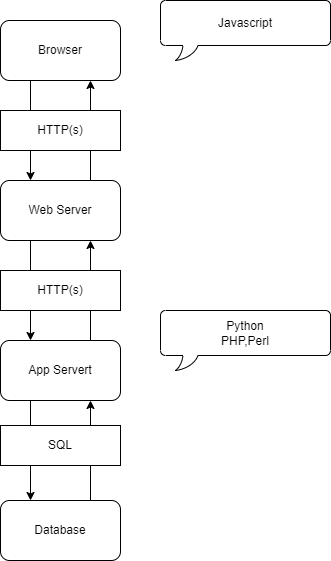
Above: Programing01-Page-1.drawio.png in narsw/DwowIO-Charts (draw.io), before the change. Source tidied: cells renumbered, new cells last; positions are measured from the earlier drawing's top-left corner, leaving out a move shared by most shapes. Its diagram source:
```xml
<mxGraphModel>
  <root>
    <mxCell id="0" />
    <mxCell id="1" parent="0" />
    <mxCell id="2" value="Browser" style="rounded=1;whiteSpace=wrap;html=1;" parent="1" vertex="1">
      <mxGeometry y="20" width="120" height="60" as="geometry" />
    </mxCell>
    <mxCell id="3" value="Web Server" style="rounded=1;whiteSpace=wrap;html=1;" parent="1" vertex="1">
      <mxGeometry y="180" width="120" height="60" as="geometry" />
    </mxCell>
    <mxCell id="4" value="App Servert" style="rounded=1;whiteSpace=wrap;html=1;" parent="1" vertex="1">
      <mxGeometry y="340" width="120" height="60" as="geometry" />
    </mxCell>
    <mxCell id="5" value="Database" style="rounded=1;whiteSpace=wrap;html=1;" parent="1" vertex="1">
      <mxGeometry y="500" width="120" height="60" as="geometry" />
    </mxCell>
    <mxCell id="6" style="endArrow=classic;html=1;rounded=0;" parent="1" edge="1">
      <mxGeometry relative="1" as="geometry">
        <mxPoint x="30" y="80" as="sourcePoint" />
        <mxPoint x="30" y="180" as="targetPoint" />
      </mxGeometry>
    </mxCell>
    <mxCell id="7" style="endArrow=classic;html=1;rounded=0;" parent="1" edge="1">
      <mxGeometry relative="1" as="geometry">
        <mxPoint x="30" y="240" as="sourcePoint" />
        <mxPoint x="30" y="340" as="targetPoint" />
      </mxGeometry>
    </mxCell>
    <mxCell id="8" style="endArrow=classic;html=1;rounded=0;" parent="1" edge="1">
      <mxGeometry relative="1" as="geometry">
        <mxPoint x="30" y="400" as="sourcePoint" />
        <mxPoint x="30" y="500" as="targetPoint" />
      </mxGeometry>
    </mxCell>
    <mxCell id="9" style="endArrow=classic;html=1;rounded=0;" parent="1" edge="1">
      <mxGeometry relative="1" as="geometry">
        <mxPoint x="90" y="500" as="sourcePoint" />
        <mxPoint x="90" y="400" as="targetPoint" />
      </mxGeometry>
    </mxCell>
    <mxCell id="10" style="endArrow=classic;html=1;rounded=0;" parent="1" edge="1">
      <mxGeometry relative="1" as="geometry">
        <mxPoint x="90" y="340" as="sourcePoint" />
        <mxPoint x="90" y="240" as="targetPoint" />
      </mxGeometry>
    </mxCell>
    <mxCell id="11" style="endArrow=classic;html=1;rounded=0;" parent="1" edge="1">
      <mxGeometry relative="1" as="geometry">
        <mxPoint x="90" y="180" as="sourcePoint" />
        <mxPoint x="90" y="80" as="targetPoint" />
      </mxGeometry>
    </mxCell>
    <mxCell id="12" value="Javascript" style="whiteSpace=wrap;html=1;shape=mxgraph.basic.roundRectCallout;dx=30;dy=15;size=5;boundedLbl=1;" parent="1" vertex="1">
      <mxGeometry x="160" width="170" height="60" as="geometry" />
    </mxCell>
    <mxCell id="13" value="Python&lt;br&gt;PHP,Perl" style="whiteSpace=wrap;html=1;shape=mxgraph.basic.roundRectCallout;dx=30;dy=15;size=5;boundedLbl=1;" parent="1" vertex="1">
      <mxGeometry x="160" y="310" width="170" height="60" as="geometry" />
    </mxCell>
    <mxCell id="14" value="HTTP(s)&lt;span style=&quot;color: rgba(0 , 0 , 0 , 0) ; font-family: monospace ; font-size: 0px&quot;&gt;%3CmxGraphModel%3E%3Croot%3E%3CmxCell%20id%3D%220%22%2F%3E%3CmxCell%20id%3D%221%22%20parent%3D%220%22%2F%3E%3CmxCell%20id%3D%222%22%20value%3D%22Javascript%22%20style%3D%22whiteSpace%3Dwrap%3Bhtml%3D1%3Bshape%3Dmxgraph.basic.roundRectCallout%3Bdx%3D30%3Bdy%3D15%3Bsize%3D5%3BboundedLbl%3D1%3B%22%20vertex%3D%221%22%20parent%3D%221%22%3E%3CmxGeometry%20x%3D%22260%22%20y%3D%22140%22%20width%3D%22170%22%20height%3D%2260%22%20as%3D%22geometry%22%2F%3E%3C%2FmxCell%3E%3C%2Froot%3E%3C%2FmxGraphModel%3E&lt;/span&gt;&lt;span style=&quot;color: rgba(0 , 0 , 0 , 0) ; font-family: monospace ; font-size: 0px&quot;&gt;%3CmxGraphModel%3E%3Croot%3E%3CmxCell%20id%3D%220%22%2F%3E%3CmxCell%20id%3D%221%22%20parent%3D%220%22%2F%3E%3CmxCell%20id%3D%222%22%20value%3D%22Javascript%22%20style%3D%22whiteSpace%3Dwrap%3Bhtml%3D1%3Bshape%3Dmxgraph.basic.roundRectCallout%3Bdx%3D30%3Bdy%3D15%3Bsize%3D5%3BboundedLbl%3D1%3B%22%20vertex%3D%221%22%20parent%3D%221%22%3E%3CmxGeometry%20x%3D%22260%22%20y%3D%22140%22%20width%3D%22170%22%20height%3D%2260%22%20as%3D%22geometry%22%2F%3E%3C%2FmxCell%3E%3C%2Froot%3E%3C%2FmxGraphModel%3E&lt;/span&gt;" style="rounded=0;whiteSpace=wrap;html=1;" parent="1" vertex="1">
      <mxGeometry y="110" width="120" height="40" as="geometry" />
    </mxCell>
    <mxCell id="15" value="HTTP(s)&lt;span style=&quot;color: rgba(0 , 0 , 0 , 0) ; font-family: monospace ; font-size: 0px&quot;&gt;%3CmxGraphModel%3E%3Croot%3E%3CmxCell%20id%3D%220%22%2F%3E%3CmxCell%20id%3D%221%22%20parent%3D%220%22%2F%3E%3CmxCell%20id%3D%222%22%20value%3D%22Javascript%22%20style%3D%22whiteSpace%3Dwrap%3Bhtml%3D1%3Bshape%3Dmxgraph.basic.roundRectCallout%3Bdx%3D30%3Bdy%3D15%3Bsize%3D5%3BboundedLbl%3D1%3B%22%20vertex%3D%221%22%20parent%3D%221%22%3E%3CmxGeometry%20x%3D%22260%22%20y%3D%22140%22%20width%3D%22170%22%20height%3D%2260%22%20as%3D%22geometry%22%2F%3E%3C%2FmxCell%3E%3C%2Froot%3E%3C%2FmxGraphModel%3E&lt;/span&gt;&lt;span style=&quot;color: rgba(0 , 0 , 0 , 0) ; font-family: monospace ; font-size: 0px&quot;&gt;%3CmxGraphModel%3E%3Croot%3E%3CmxCell%20id%3D%220%22%2F%3E%3CmxCell%20id%3D%221%22%20parent%3D%220%22%2F%3E%3CmxCell%20id%3D%222%22%20value%3D%22Javascript%22%20style%3D%22whiteSpace%3Dwrap%3Bhtml%3D1%3Bshape%3Dmxgraph.basic.roundRectCallout%3Bdx%3D30%3Bdy%3D15%3Bsize%3D5%3BboundedLbl%3D1%3B%22%20vertex%3D%221%22%20parent%3D%221%22%3E%3CmxGeometry%20x%3D%22260%22%20y%3D%22140%22%20width%3D%22170%22%20height%3D%2260%22%20as%3D%22geometry%22%2F%3E%3C%2FmxCell%3E%3C%2Froot%3E%3C%2FmxGraphModel%3E&lt;/span&gt;" style="rounded=0;whiteSpace=wrap;html=1;" parent="1" vertex="1">
      <mxGeometry y="270" width="120" height="40" as="geometry" />
    </mxCell>
    <mxCell id="16" value="SQL" style="rounded=0;whiteSpace=wrap;html=1;" parent="1" vertex="1">
      <mxGeometry y="425" width="120" height="40" as="geometry" />
    </mxCell>
  </root>
</mxGraphModel>
```
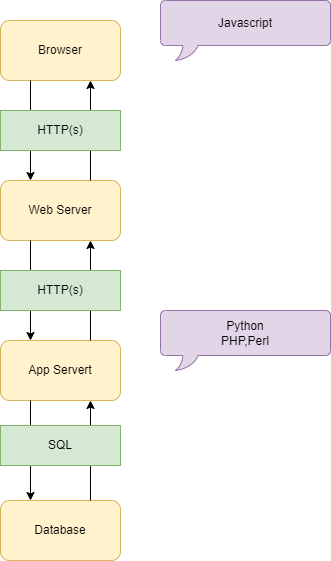
After the change.

Change to the diagram source:
```diff
@@ -2,16 +2,16 @@
   <root>
     <mxCell id="0" />
     <mxCell id="1" parent="0" />
-    <mxCell id="2" value="Browser" style="rounded=1;whiteSpace=wrap;html=1;" parent="1" vertex="1">
+    <mxCell id="2" value="Browser" style="rounded=1;whiteSpace=wrap;html=1;fillColor=#fff2cc;strokeColor=#d6b656;" parent="1" vertex="1">
       <mxGeometry y="20" width="120" height="60" as="geometry" />
     </mxCell>
-    <mxCell id="3" value="Web Server" style="rounded=1;whiteSpace=wrap;html=1;" parent="1" vertex="1">
+    <mxCell id="3" value="Web Server" style="rounded=1;whiteSpace=wrap;html=1;fillColor=#fff2cc;strokeColor=#d6b656;" parent="1" vertex="1">
       <mxGeometry y="180" width="120" height="60" as="geometry" />
     </mxCell>
-    <mxCell id="4" value="App Servert" style="rounded=1;whiteSpace=wrap;html=1;" parent="1" vertex="1">
+    <mxCell id="4" value="App Servert" style="rounded=1;whiteSpace=wrap;html=1;fillColor=#fff2cc;strokeColor=#d6b656;" parent="1" vertex="1">
       <mxGeometry y="340" width="120" height="60" as="geometry" />
     </mxCell>
-    <mxCell id="5" value="Database" style="rounded=1;whiteSpace=wrap;html=1;" parent="1" vertex="1">
+    <mxCell id="5" value="Database" style="rounded=1;whiteSpace=wrap;html=1;fillColor=#fff2cc;strokeColor=#d6b656;" parent="1" vertex="1">
       <mxGeometry y="500" width="120" height="60" as="geometry" />
     </mxCell>
     <mxCell id="6" style="endArrow=classic;html=1;rounded=0;" parent="1" edge="1">
@@ -50,19 +50,19 @@
         <mxPoint x="90" y="80" as="targetPoint" />
       </mxGeometry>
     </mxCell>
-    <mxCell id="12" value="Javascript" style="whiteSpace=wrap;html=1;shape=mxgraph.basic.roundRectCallout;dx=30;dy=15;size=5;boundedLbl=1;" parent="1" vertex="1">
+    <mxCell id="12" value="Javascript" style="whiteSpace=wrap;html=1;shape=mxgraph.basic.roundRectCallout;dx=30;dy=15;size=5;boundedLbl=1;fillColor=#e1d5e7;strokeColor=#9673a6;" parent="1" vertex="1">
       <mxGeometry x="160" width="170" height="60" as="geometry" />
     </mxCell>
-    <mxCell id="13" value="Python&lt;br&gt;PHP,Perl" style="whiteSpace=wrap;html=1;shape=mxgraph.basic.roundRectCallout;dx=30;dy=15;size=5;boundedLbl=1;" parent="1" vertex="1">
+    <mxCell id="13" value="Python&lt;br&gt;PHP,Perl" style="whiteSpace=wrap;html=1;shape=mxgraph.basic.roundRectCallout;dx=30;dy=15;size=5;boundedLbl=1;fillColor=#e1d5e7;strokeColor=#9673a6;" parent="1" vertex="1">
       <mxGeometry x="160" y="310" width="170" height="60" as="geometry" />
     </mxCell>
-    <mxCell id="14" value="HTTP(s)&lt;span style=&quot;color: rgba(0 , 0 , 0 , 0) ; font-family: monospace ; font-size: 0px&quot;&gt;%3CmxGraphModel%3E%3Croot%3E%3CmxCell%20id%3D%220%22%2F%3E%3CmxCell%20id%3D%221%22%20parent%3D%220%22%2F%3E%3CmxCell%20id%3D%222%22%20value%3D%22Javascript%22%20style%3D%22whiteSpace%3Dwrap%3Bhtml%3D1%3Bshape%3Dmxgraph.basic.roundRectCallout%3Bdx%3D30%3Bdy%3D15%3Bsize%3D5%3BboundedLbl%3D1%3B%22%20vertex%3D%221%22%20parent%3D%221%22%3E%3CmxGeometry%20x%3D%22260%22%20y%3D%22140%22%20width%3D%22170%22%20height%3D%2260%22%20as%3D%22geometry%22%2F%3E%3C%2FmxCell%3E%3C%2Froot%3E%3C%2FmxGraphModel%3E&lt;/span&gt;&lt;span style=&quot;color: rgba(0 , 0 , 0 , 0) ; font-family: monospace ; font-size: 0px&quot;&gt;%3CmxGraphModel%3E%3Croot%3E%3CmxCell%20id%3D%220%22%2F%3E%3CmxCell%20id%3D%221%22%20parent%3D%220%22%2F%3E%3CmxCell%20id%3D%222%22%20value%3D%22Javascript%22%20style%3D%22whiteSpace%3Dwrap%3Bhtml%3D1%3Bshape%3Dmxgraph.basic.roundRectCallout%3Bdx%3D30%3Bdy%3D15%3Bsize%3D5%3BboundedLbl%3D1%3B%22%20vertex%3D%221%22%20parent%3D%221%22%3E%3CmxGeometry%20x%3D%22260%22%20y%3D%22140%22%20width%3D%22170%22%20height%3D%2260%22%20as%3D%22geometry%22%2F%3E%3C%2FmxCell%3E%3C%2Froot%3E%3C%2FmxGraphModel%3E&lt;/span&gt;" style="rounded=0;whiteSpace=wrap;html=1;" parent="1" vertex="1">
+    <mxCell id="14" value="HTTP(s)&lt;span style=&quot;color: rgba(0 , 0 , 0 , 0) ; font-family: monospace ; font-size: 0px&quot;&gt;%3CmxGraphModel%3E%3Croot%3E%3CmxCell%20id%3D%220%22%2F%3E%3CmxCell%20id%3D%221%22%20parent%3D%220%22%2F%3E%3CmxCell%20id%3D%222%22%20value%3D%22Javascript%22%20style%3D%22whiteSpace%3Dwrap%3Bhtml%3D1%3Bshape%3Dmxgraph.basic.roundRectCallout%3Bdx%3D30%3Bdy%3D15%3Bsize%3D5%3BboundedLbl%3D1%3B%22%20vertex%3D%221%22%20parent%3D%221%22%3E%3CmxGeometry%20x%3D%22260%22%20y%3D%22140%22%20width%3D%22170%22%20height%3D%2260%22%20as%3D%22geometry%22%2F%3E%3C%2FmxCell%3E%3C%2Froot%3E%3C%2FmxGraphModel%3E&lt;/span&gt;&lt;span style=&quot;color: rgba(0 , 0 , 0 , 0) ; font-family: monospace ; font-size: 0px&quot;&gt;%3CmxGraphModel%3E%3Croot%3E%3CmxCell%20id%3D%220%22%2F%3E%3CmxCell%20id%3D%221%22%20parent%3D%220%22%2F%3E%3CmxCell%20id%3D%222%22%20value%3D%22Javascript%22%20style%3D%22whiteSpace%3Dwrap%3Bhtml%3D1%3Bshape%3Dmxgraph.basic.roundRectCallout%3Bdx%3D30%3Bdy%3D15%3Bsize%3D5%3BboundedLbl%3D1%3B%22%20vertex%3D%221%22%20parent%3D%221%22%3E%3CmxGeometry%20x%3D%22260%22%20y%3D%22140%22%20width%3D%22170%22%20height%3D%2260%22%20as%3D%22geometry%22%2F%3E%3C%2FmxCell%3E%3C%2Froot%3E%3C%2FmxGraphModel%3E&lt;/span&gt;" style="rounded=0;whiteSpace=wrap;html=1;fillColor=#d5e8d4;strokeColor=#82b366;" parent="1" vertex="1">
       <mxGeometry y="110" width="120" height="40" as="geometry" />
     </mxCell>
-    <mxCell id="15" value="HTTP(s)&lt;span style=&quot;color: rgba(0 , 0 , 0 , 0) ; font-family: monospace ; font-size: 0px&quot;&gt;%3CmxGraphModel%3E%3Croot%3E%3CmxCell%20id%3D%220%22%2F%3E%3CmxCell%20id%3D%221%22%20parent%3D%220%22%2F%3E%3CmxCell%20id%3D%222%22%20value%3D%22Javascript%22%20style%3D%22whiteSpace%3Dwrap%3Bhtml%3D1%3Bshape%3Dmxgraph.basic.roundRectCallout%3Bdx%3D30%3Bdy%3D15%3Bsize%3D5%3BboundedLbl%3D1%3B%22%20vertex%3D%221%22%20parent%3D%221%22%3E%3CmxGeometry%20x%3D%22260%22%20y%3D%22140%22%20width%3D%22170%22%20height%3D%2260%22%20as%3D%22geometry%22%2F%3E%3C%2FmxCell%3E%3C%2Froot%3E%3C%2FmxGraphModel%3E&lt;/span&gt;&lt;span style=&quot;color: rgba(0 , 0 , 0 , 0) ; font-family: monospace ; font-size: 0px&quot;&gt;%3CmxGraphModel%3E%3Croot%3E%3CmxCell%20id%3D%220%22%2F%3E%3CmxCell%20id%3D%221%22%20parent%3D%220%22%2F%3E%3CmxCell%20id%3D%222%22%20value%3D%22Javascript%22%20style%3D%22whiteSpace%3Dwrap%3Bhtml%3D1%3Bshape%3Dmxgraph.basic.roundRectCallout%3Bdx%3D30%3Bdy%3D15%3Bsize%3D5%3BboundedLbl%3D1%3B%22%20vertex%3D%221%22%20parent%3D%221%22%3E%3CmxGeometry%20x%3D%22260%22%20y%3D%22140%22%20width%3D%22170%22%20height%3D%2260%22%20as%3D%22geometry%22%2F%3E%3C%2FmxCell%3E%3C%2Froot%3E%3C%2FmxGraphModel%3E&lt;/span&gt;" style="rounded=0;whiteSpace=wrap;html=1;" parent="1" vertex="1">
+    <mxCell id="15" value="HTTP(s)&lt;span style=&quot;color: rgba(0 , 0 , 0 , 0) ; font-family: monospace ; font-size: 0px&quot;&gt;%3CmxGraphModel%3E%3Croot%3E%3CmxCell%20id%3D%220%22%2F%3E%3CmxCell%20id%3D%221%22%20parent%3D%220%22%2F%3E%3CmxCell%20id%3D%222%22%20value%3D%22Javascript%22%20style%3D%22whiteSpace%3Dwrap%3Bhtml%3D1%3Bshape%3Dmxgraph.basic.roundRectCallout%3Bdx%3D30%3Bdy%3D15%3Bsize%3D5%3BboundedLbl%3D1%3B%22%20vertex%3D%221%22%20parent%3D%221%22%3E%3CmxGeometry%20x%3D%22260%22%20y%3D%22140%22%20width%3D%22170%22%20height%3D%2260%22%20as%3D%22geometry%22%2F%3E%3C%2FmxCell%3E%3C%2Froot%3E%3C%2FmxGraphModel%3E&lt;/span&gt;&lt;span style=&quot;color: rgba(0 , 0 , 0 , 0) ; font-family: monospace ; font-size: 0px&quot;&gt;%3CmxGraphModel%3E%3Croot%3E%3CmxCell%20id%3D%220%22%2F%3E%3CmxCell%20id%3D%221%22%20parent%3D%220%22%2F%3E%3CmxCell%20id%3D%222%22%20value%3D%22Javascript%22%20style%3D%22whiteSpace%3Dwrap%3Bhtml%3D1%3Bshape%3Dmxgraph.basic.roundRectCallout%3Bdx%3D30%3Bdy%3D15%3Bsize%3D5%3BboundedLbl%3D1%3B%22%20vertex%3D%221%22%20parent%3D%221%22%3E%3CmxGeometry%20x%3D%22260%22%20y%3D%22140%22%20width%3D%22170%22%20height%3D%2260%22%20as%3D%22geometry%22%2F%3E%3C%2FmxCell%3E%3C%2Froot%3E%3C%2FmxGraphModel%3E&lt;/span&gt;" style="rounded=0;whiteSpace=wrap;html=1;fillColor=#d5e8d4;strokeColor=#82b366;" parent="1" vertex="1">
       <mxGeometry y="270" width="120" height="40" as="geometry" />
     </mxCell>
-    <mxCell id="16" value="SQL" style="rounded=0;whiteSpace=wrap;html=1;" parent="1" vertex="1">
+    <mxCell id="16" value="SQL" style="rounded=0;whiteSpace=wrap;html=1;fillColor=#d5e8d4;strokeColor=#82b366;" parent="1" vertex="1">
       <mxGeometry y="425" width="120" height="40" as="geometry" />
     </mxCell>
   </root>
```
